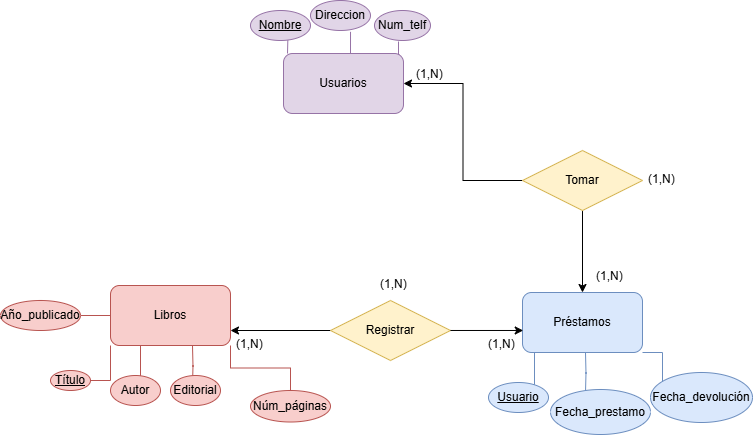
Before: diseño/sheet01/ex01/Ejer01.drawio.png, a diagram exported from draw.io (Dorianaadc/Bootcamp). Source tidied: cells renumbered, new cells last; positions are measured from the earlier drawing's top-left corner, leaving out a move shared by most shapes.
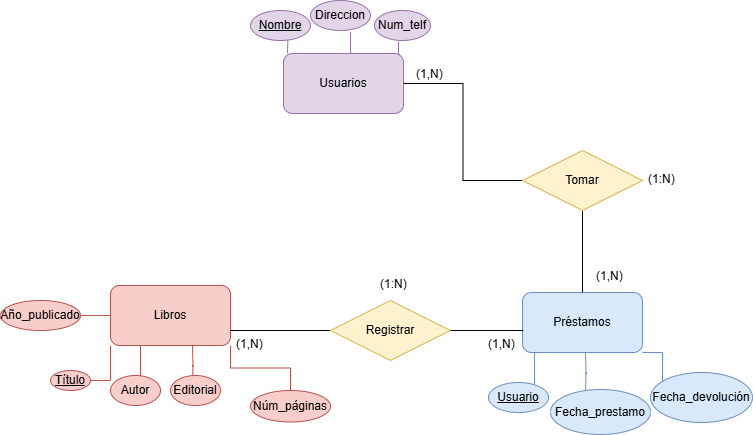
After the commit.

The edit, as a diff of the source:
```diff
@@ -101,10 +101,10 @@
     <mxCell id="25" value="Fecha_devolución" style="ellipse;whiteSpace=wrap;html=1;align=center;fillColor=#dae8fc;strokeColor=#6c8ebf;" parent="1" vertex="1">
       <mxGeometry x="650" y="372" width="102" height="50" as="geometry" />
     </mxCell>
-    <mxCell id="26" style="edgeStyle=orthogonalEdgeStyle;rounded=0;jettySize=auto;html=1;" parent="1" edge="1" source="28" target="11">
+    <mxCell id="26" style="edgeStyle=orthogonalEdgeStyle;rounded=0;jettySize=auto;html=1;endArrow=none;startFill=0;" parent="1" edge="1" source="28" target="11">
       <mxGeometry relative="1" as="geometry" />
     </mxCell>
-    <mxCell id="27" style="edgeStyle=orthogonalEdgeStyle;rounded=0;jettySize=auto;html=1;entryX=1;entryY=0.5;entryDx=0;entryDy=0;" parent="1" edge="1" source="28" target="15">
+    <mxCell id="27" style="edgeStyle=orthogonalEdgeStyle;rounded=0;jettySize=auto;html=1;entryX=1;entryY=0.5;entryDx=0;entryDy=0;endArrow=none;startFill=0;" parent="1" edge="1" source="28" target="15">
       <mxGeometry relative="1" as="geometry" />
     </mxCell>
     <mxCell id="28" value="Tomar" style="shape=rhombus;perimeter=rhombusPerimeter;whiteSpace=wrap;html=1;align=center;fillColor=#fff2cc;strokeColor=#d6b656;" parent="1" vertex="1">
@@ -119,19 +119,19 @@
     <mxCell id="31" value="(1,N)" style="text;strokeColor=none;fillColor=none;spacingLeft=4;spacingRight=4;overflow=hidden;fontSize=12;whiteSpace=wrap;html=1;" parent="1" vertex="1">
       <mxGeometry x="410" y="60" width="40" height="30" as="geometry" />
     </mxCell>
-    <mxCell id="32" value="(1,N)" style="text;strokeColor=none;fillColor=none;spacingLeft=4;spacingRight=4;overflow=hidden;fontSize=12;whiteSpace=wrap;html=1;" parent="1" vertex="1">
+    <mxCell id="32" value="(1:N)" style="text;strokeColor=none;fillColor=none;spacingLeft=4;spacingRight=4;overflow=hidden;fontSize=12;whiteSpace=wrap;html=1;" parent="1" vertex="1">
       <mxGeometry x="642" y="165" width="40" height="30" as="geometry" />
     </mxCell>
-    <mxCell id="33" style="edgeStyle=orthogonalEdgeStyle;rounded=0;jettySize=auto;html=1;entryX=1;entryY=0.75;entryDx=0;entryDy=0;" parent="1" edge="1" source="34" target="7">
+    <mxCell id="33" style="edgeStyle=orthogonalEdgeStyle;rounded=0;jettySize=auto;html=1;entryX=1;entryY=0.75;entryDx=0;entryDy=0;endArrow=none;startFill=0;" parent="1" edge="1" source="34" target="7">
       <mxGeometry relative="1" as="geometry" />
     </mxCell>
     <mxCell id="34" value="Registrar" style="shape=rhombus;perimeter=rhombusPerimeter;whiteSpace=wrap;html=1;align=center;fillColor=#fff2cc;strokeColor=#d6b656;" parent="1" vertex="1">
       <mxGeometry x="330" y="300" width="120" height="60" as="geometry" />
     </mxCell>
-    <mxCell id="35" style="edgeStyle=orthogonalEdgeStyle;rounded=0;jettySize=auto;html=1;entryX=0.006;entryY=0.633;entryDx=0;entryDy=0;entryPerimeter=0;" parent="1" edge="1" source="34" target="11">
+    <mxCell id="35" style="edgeStyle=orthogonalEdgeStyle;rounded=0;jettySize=auto;html=1;entryX=0.006;entryY=0.633;entryDx=0;entryDy=0;entryPerimeter=0;endArrow=none;startFill=0;" parent="1" edge="1" source="34" target="11">
       <mxGeometry relative="1" as="geometry" />
     </mxCell>
-    <mxCell id="36" value="(1,N)" style="text;strokeColor=none;fillColor=none;spacingLeft=4;spacingRight=4;overflow=hidden;fontSize=12;whiteSpace=wrap;html=1;" parent="1" vertex="1">
+    <mxCell id="36" value="(1:N)" style="text;strokeColor=none;fillColor=none;spacingLeft=4;spacingRight=4;overflow=hidden;fontSize=12;whiteSpace=wrap;html=1;" parent="1" vertex="1">
       <mxGeometry x="374" y="270" width="40" height="30" as="geometry" />
     </mxCell>
     <mxCell id="37" value="(1,N)" style="text;strokeColor=none;fillColor=none;spacingLeft=4;spacingRight=4;overflow=hidden;fontSize=12;whiteSpace=wrap;html=1;" parent="1" vertex="1">
```
